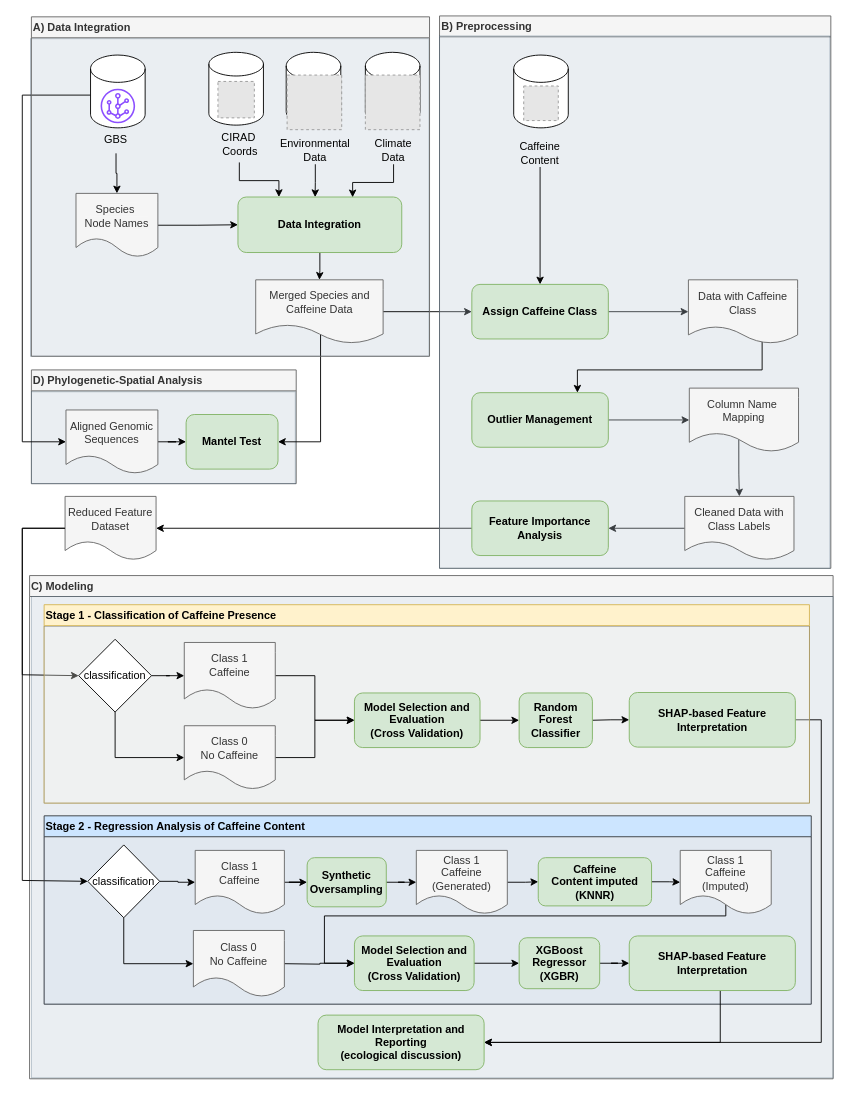
Earlier version of the draw.io diagram page "scripts for article" (4 of 6) of img/pipeline.drawio (tahiri-lab/py_madaclim). Source tidied: cells renumbered, new cells numbered last; positions are measured from the earlier drawing's top-left corner, leaving out a move shared by most shapes. Both pictures are drawn from the tidied source at 91%, with x=0, y=0 at pixel (22, 15). Pictures stored in the file or linked from it are replaced by grey dashed boxes.
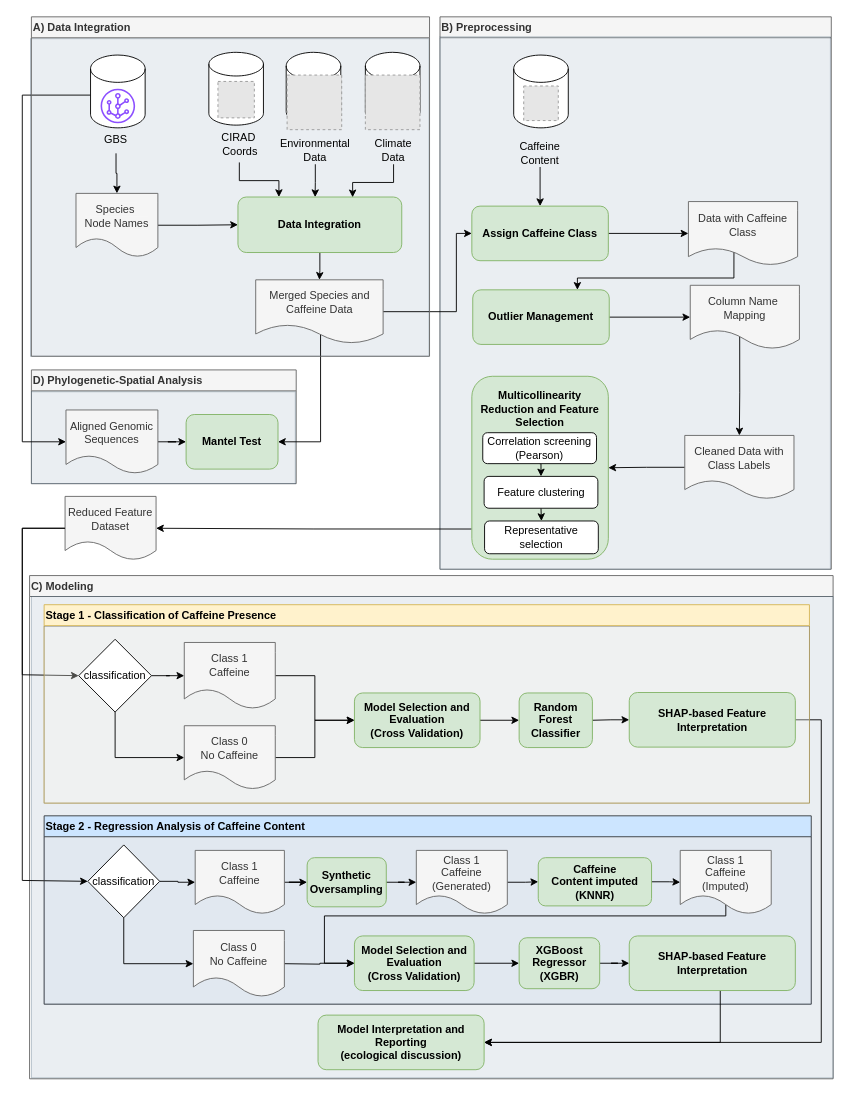
The same diagram, later.

The change refers to these unchanged cells:
```xml
<mxCell id="18" value="Reduced Feature Dataset" style="shape=document;whiteSpace=wrap;html=1;boundedLbl=1;dashed=0;flipH=1;fillColor=#f5f5f5;fontColor=#333333;strokeColor=#666666;" parent="1" vertex="1">
  <mxGeometry x="47" y="528" width="100" height="70" as="geometry" />
</mxCell>
<mxCell id="62" value="Merged Species and Caffeine Data" style="shape=document;whiteSpace=wrap;html=1;boundedLbl=1;dashed=0;flipH=1;fillColor=#f5f5f5;fontColor=#333333;strokeColor=#666666;" parent="1" vertex="1">
  <mxGeometry x="256.5" y="290" width="140" height="70" as="geometry" />
</mxCell>
```

Change to the diagram source:
```diff
@@
+    <mxCell id="28" value="B) Preprocessing" style="swimlane;whiteSpace=wrap;html=1;startSize=23;align=left;strokeColor=#666666;fillColor=#f5f5f5;fontColor=#333333;" parent="1" vertex="1">
+      <mxGeometry x="459" y="1" width="430" height="607" as="geometry" />
+    </mxCell>
+    <mxCell id="29" style="rounded=0;whiteSpace=wrap;html=1;fillColor=#bac8d3;strokeColor=#23445d;opacity=30;" parent="28" vertex="1">
+      <mxGeometry y="22" width="429" height="585" as="geometry" />
+    </mxCell>
+    <mxCell id="57" value="Multicollinearity Reduction and Feature Selection&lt;div&gt;&lt;br&gt;&lt;/div&gt;&lt;div&gt;&lt;br&gt;&lt;/div&gt;&lt;div&gt;&lt;br&gt;&lt;/div&gt;&lt;div&gt;&lt;br&gt;&lt;/div&gt;&lt;div&gt;&lt;br&gt;&lt;/div&gt;&lt;div&gt;&lt;br&gt;&lt;/div&gt;&lt;div&gt;&lt;br&gt;&lt;/div&gt;&lt;div&gt;&lt;br&gt;&lt;/div&gt;&lt;div&gt;&lt;br&gt;&lt;/div&gt;" style="rounded=1;whiteSpace=wrap;html=1;fontStyle=1;fillColor=#d5e8d4;strokeColor=#82b366;rotation=0;" parent="28" vertex="1">
+      <mxGeometry x="35" y="395" width="150" height="201" as="geometry" />
+    </mxCell>
+    <mxCell id="100" style="edgeStyle=orthogonalEdgeStyle;rounded=0;jettySize=auto;html=1;exitX=0.5;exitY=1;exitDx=0;exitDy=0;entryX=0.5;entryY=0;entryDx=0;entryDy=0;" parent="28" edge="1" source="101" target="102">
+      <mxGeometry relative="1" as="geometry" />
+    </mxCell>
+    <mxCell id="101" value="Feature clustering" style="rounded=1;whiteSpace=wrap;html=1;" parent="28" vertex="1">
+      <mxGeometry x="48.5" y="505" width="125" height="35" as="geometry" />
+    </mxCell>
+    <mxCell id="102" value="Representative selection" style="rounded=1;whiteSpace=wrap;html=1;" parent="28" vertex="1">
+      <mxGeometry x="49" y="554" width="125" height="36" as="geometry" />
+    </mxCell>
@@
-    <mxCell id="14" style="edgeStyle=orthogonalEdgeStyle;rounded=0;jettySize=auto;html=1;exitX=0;exitY=0.5;exitDx=0;exitDy=0;" parent="1" edge="1" source="57" target="18">
+    <mxCell id="14" style="edgeStyle=orthogonalEdgeStyle;rounded=0;jettySize=auto;html=1;exitX=-0.004;exitY=0.835;exitDx=0;exitDy=0;exitPerimeter=0;" parent="1" edge="1" source="57" target="18">
       <mxGeometry relative="1" as="geometry" />
     </mxCell>
@@
     <mxCell id="25" style="edgeStyle=orthogonalEdgeStyle;rounded=0;jettySize=auto;html=1;" parent="1" edge="1" source="62" target="60">
-      <mxGeometry relative="1" as="geometry" />
+      <mxGeometry relative="1" as="geometry">
+        <Array as="points">
+          <mxPoint x="477" y="325" />
+          <mxPoint x="477" y="239" />
+        </Array>
+      </mxGeometry>
     </mxCell>
@@
-    <mxCell id="28" value="B) Preprocessing" style="swimlane;whiteSpace=wrap;html=1;startSize=23;align=left;strokeColor=#666666;fillColor=#f5f5f5;fontColor=#333333;" parent="1" vertex="1">
-      <mxGeometry x="458.5" width="430" height="607" as="geometry" />
-    </mxCell>
-    <mxCell id="29" style="rounded=0;whiteSpace=wrap;html=1;fillColor=#bac8d3;strokeColor=#23445d;opacity=30;" parent="28" vertex="1">
-      <mxGeometry y="22" width="429" height="585" as="geometry" />
-    </mxCell>
     <mxCell id="30" style="edgeStyle=orthogonalEdgeStyle;rounded=0;jettySize=auto;html=1;exitX=0.583;exitY=0.79;exitDx=0;exitDy=0;exitPerimeter=0;" parent="1" edge="1" source="55" target="59">
       <mxGeometry relative="1" as="geometry">
         <Array as="points">
-          <mxPoint x="813" y="389" />
-          <mxPoint x="610" y="389" />
+          <mxPoint x="782" y="288" />
+          <mxPoint x="610" y="288" />
         </Array>
       </mxGeometry>
     </mxCell>
@@
     <mxCell id="55" value="Data with Caffeine Class" style="shape=document;whiteSpace=wrap;html=1;boundedLbl=1;dashed=0;flipH=1;fillColor=#f5f5f5;fontColor=#333333;strokeColor=#666666;size=0.27142857142856736;" parent="1" vertex="1">
-      <mxGeometry x="732" y="290" width="120" height="70" as="geometry" />
+      <mxGeometry x="732" y="204" width="120" height="70" as="geometry" />
     </mxCell>
@@
-    <mxCell id="57" value="Feature Importance Analysis" style="rounded=1;whiteSpace=wrap;html=1;fontStyle=1;fillColor=#d5e8d4;strokeColor=#82b366;rotation=0;" parent="1" vertex="1">
-      <mxGeometry x="494" y="533" width="150" height="60" as="geometry" />
-    </mxCell>
     <mxCell id="58" value="Cleaned Data with Class Labels" style="shape=document;whiteSpace=wrap;html=1;boundedLbl=1;dashed=0;flipH=1;fillColor=#f5f5f5;fontColor=#333333;strokeColor=#666666;" parent="1" vertex="1">
-      <mxGeometry x="728" y="528" width="120" height="70" as="geometry" />
+      <mxGeometry x="728" y="461" width="120" height="70" as="geometry" />
     </mxCell>
     <mxCell id="59" value="&lt;span style=&quot;background-color: rgb(213, 232, 212);&quot;&gt;Outlier Management&lt;/span&gt;" style="rounded=1;whiteSpace=wrap;html=1;fontStyle=1;fillColor=#d5e8d4;strokeColor=#82b366;rotation=0;" parent="1" vertex="1">
-      <mxGeometry x="494" y="414" width="150" height="60" as="geometry" />
+      <mxGeometry x="495" y="301" width="150" height="60" as="geometry" />
     </mxCell>
     <mxCell id="60" value="Assign Caffeine Class" style="rounded=1;whiteSpace=wrap;html=1;fontStyle=1;fillColor=#d5e8d4;strokeColor=#82b366;" parent="1" vertex="1">
-      <mxGeometry x="494" y="295" width="150" height="60" as="geometry" />
+      <mxGeometry x="494" y="209" width="150" height="60" as="geometry" />
     </mxCell>
     <mxCell id="61" value="Column Name&amp;nbsp;&lt;div&gt;Mapping&lt;/div&gt;" style="shape=document;whiteSpace=wrap;html=1;boundedLbl=1;dashed=0;flipH=1;fillColor=#f5f5f5;fontColor=#333333;strokeColor=#666666;" parent="1" vertex="1">
-      <mxGeometry x="733" y="409" width="120" height="70" as="geometry" />
+      <mxGeometry x="734" y="296" width="120" height="70" as="geometry" />
     </mxCell>
@@
+    <mxCell id="103" style="edgeStyle=orthogonalEdgeStyle;rounded=0;jettySize=auto;html=1;exitX=0.5;exitY=1;exitDx=0;exitDy=0;entryX=0.5;entryY=0;entryDx=0;entryDy=0;" parent="1" edge="1" source="104" target="101">
+      <mxGeometry relative="1" as="geometry" />
+    </mxCell>
+    <mxCell id="104" value="Correlation screening (Pearson)" style="rounded=1;whiteSpace=wrap;html=1;" parent="1" vertex="1">
+      <mxGeometry x="506" y="458" width="125" height="34" as="geometry" />
+    </mxCell>
```
